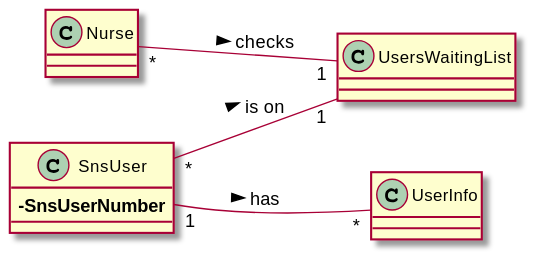
The PlantUML diagram docs/SprintC/US005/US005_MD.svg in Pirussa/lei-22-s2-1da-g02, before a commit.
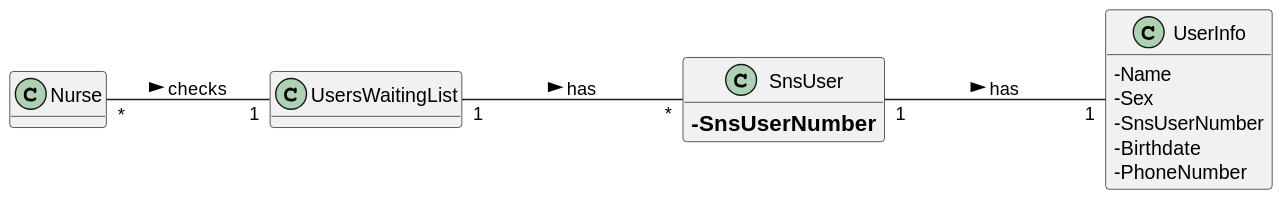
The same diagram one commit later.

What changed in the source:
```diff
@@ -1,9 +1,17 @@
 @startuml
 
 left to right direction
+hide methods
+skinparam classAttributeIconSize 0
 
 class Nurse
-class UserInfo
+class UserInfo{
+-Name
+-Sex
+-SnsUserNumber
+-Birthdate
+-PhoneNumber
+}
 class UsersWaitingList
 class SnsUser {
 ==-SnsUserNumber
@@ -11,7 +19,7 @@
 
 
 Nurse "*" -- "1" UsersWaitingList : checks >
-SnsUser "1" --  "*" UserInfo : has >
-SnsUser "*" -- "1" UsersWaitingList: is on >
+SnsUser "1" ---  "1" UserInfo : has >
+UsersWaitingList "1" --- "*" SnsUser: has >
 
 @enduml
```
